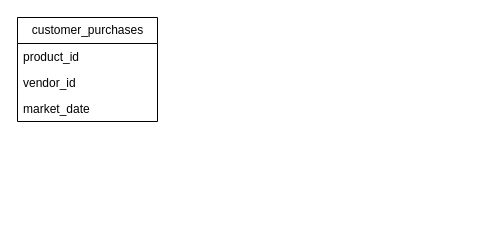
This is Untitled Diagram.drawio from Sdong23/sql, a draw.io file, before an edit. Source tidied: cells renumbered, new cells numbered last; positions are measured from the earlier drawing's top-left corner, leaving out a move shared by most shapes. Both pictures are drawn from the tidied source at 100%, with x=0, y=0 at pixel (17, 17).
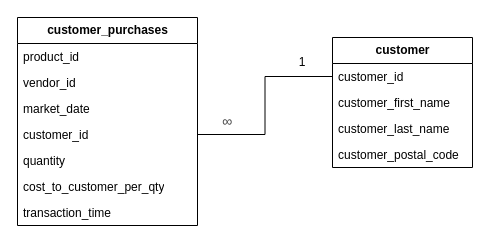
The same diagram, later.

Commit message:
make two lists and logical diagram

The edit, as a diff of the source:
```diff
@@
 <mxGraphModel>
   <root>
     <mxCell id="0" />
     <mxCell id="1" parent="0" />
-    <mxCell id="2" value="customer_purchases" style="swimlane;fontStyle=0;horizontal=1;startSize=26;fillColor=none;html=1;" parent="1" vertex="1">
-      <mxGeometry width="140" height="104" as="geometry" />
+    <mxCell id="2" value="&lt;b&gt;customer_purchases&lt;/b&gt;" style="swimlane;fontStyle=0;horizontal=1;startSize=26;fillColor=none;html=1;" parent="1" vertex="1">
+      <mxGeometry width="180" height="208" as="geometry" />
     </mxCell>
     <mxCell id="3" value="product_id" style="text;strokeColor=none;fillColor=none;align=left;verticalAlign=top;spacingLeft=4;spacingRight=4;overflow=hidden;whiteSpace=wrap;html=1;" parent="2" vertex="1">
-      <mxGeometry y="26" width="140" height="26" as="geometry" />
+      <mxGeometry y="26" width="180" height="26" as="geometry" />
     </mxCell>
     <mxCell id="4" value="vendor_id" style="text;strokeColor=none;fillColor=none;align=left;verticalAlign=top;spacingLeft=4;spacingRight=4;overflow=hidden;whiteSpace=wrap;html=1;" parent="2" vertex="1">
-      <mxGeometry y="52" width="140" height="26" as="geometry" />
+      <mxGeometry y="52" width="180" height="26" as="geometry" />
     </mxCell>
     <mxCell id="5" value="market_date" style="text;strokeColor=none;fillColor=none;align=left;verticalAlign=top;spacingLeft=4;spacingRight=4;overflow=hidden;whiteSpace=wrap;html=1;" parent="2" vertex="1">
-      <mxGeometry y="78" width="140" height="26" as="geometry" />
+      <mxGeometry y="78" width="180" height="26" as="geometry" />
     </mxCell>
+    <mxCell id="6" value="customer_id" style="text;strokeColor=none;fillColor=none;align=left;verticalAlign=top;spacingLeft=4;spacingRight=4;overflow=hidden;points=[[0,0.5],[1,0.5]];portConstraint=eastwest;whiteSpace=wrap;html=1;" parent="2" vertex="1">
+      <mxGeometry y="104" width="180" height="26" as="geometry" />
+    </mxCell>
+    <mxCell id="7" value="quantity&lt;table&gt;&lt;tbody&gt;&lt;tr&gt;&lt;td&gt;&lt;br&gt;&lt;/td&gt;&lt;td&gt;&lt;br&gt;&lt;/td&gt;&lt;td&gt;&lt;br&gt;&lt;/td&gt;&lt;td&gt;&lt;br&gt;&lt;/td&gt;&lt;td&gt;&lt;br&gt;&lt;/td&gt;&lt;td&gt;&lt;br&gt;&lt;/td&gt;&lt;td&gt;&lt;br&gt;&lt;/td&gt;&lt;td&gt;&lt;br&gt;&lt;/td&gt;&lt;td&gt;&lt;br&gt;&lt;/td&gt;&lt;td&gt;&lt;br&gt;&lt;/td&gt;&lt;td&gt;&lt;br&gt;&lt;/td&gt;&lt;/tr&gt;&lt;tr&gt;&lt;td&gt;&lt;br&gt;&lt;/td&gt;&lt;td&gt;&lt;br&gt;&lt;/td&gt;&lt;td&gt;&lt;br&gt;&lt;/td&gt;&lt;td&gt;&lt;br&gt;&lt;/td&gt;&lt;td&gt;&lt;br&gt;&lt;/td&gt;&lt;td&gt;&lt;br&gt;&lt;/td&gt;&lt;td&gt;&lt;br&gt;&lt;/td&gt;&lt;td&gt;&lt;br&gt;&lt;/td&gt;&lt;td&gt;&lt;br&gt;&lt;/td&gt;&lt;td&gt;&lt;br&gt;&lt;/td&gt;&lt;td&gt;&lt;br&gt;&lt;/td&gt;&lt;/tr&gt;&lt;tr&gt;&lt;td&gt;&lt;br&gt;&lt;/td&gt;&lt;td&gt;&lt;br&gt;&lt;/td&gt;&lt;td&gt;&lt;br&gt;&lt;/td&gt;&lt;td&gt;&lt;br&gt;&lt;/td&gt;&lt;td&gt;&lt;br&gt;&lt;/td&gt;&lt;td&gt;&lt;br&gt;&lt;/td&gt;&lt;td&gt;&lt;br&gt;&lt;/td&gt;&lt;td&gt;&lt;br&gt;&lt;/td&gt;&lt;td&gt;&lt;br&gt;&lt;/td&gt;&lt;td&gt;&lt;br&gt;&lt;/td&gt;&lt;td&gt;&lt;br&gt;&lt;/td&gt;&lt;/tr&gt;&lt;tr&gt;&lt;td&gt;&lt;br&gt;&lt;/td&gt;&lt;td&gt;&lt;br&gt;&lt;/td&gt;&lt;td&gt;&lt;br&gt;&lt;/td&gt;&lt;td&gt;&lt;br&gt;&lt;/td&gt;&lt;td&gt;&lt;br&gt;&lt;/td&gt;&lt;td&gt;&lt;br&gt;&lt;/td&gt;&lt;td&gt;&lt;br&gt;&lt;/td&gt;&lt;td&gt;&lt;br&gt;&lt;/td&gt;&lt;td&gt;&lt;br&gt;&lt;/td&gt;&lt;td&gt;&lt;br&gt;&lt;/td&gt;&lt;td&gt;&lt;br&gt;&lt;/td&gt;&lt;/tr&gt;&lt;/tbody&gt;&lt;/table&gt;" style="text;strokeColor=none;fillColor=none;align=left;verticalAlign=top;spacingLeft=4;spacingRight=4;overflow=hidden;whiteSpace=wrap;html=1;" parent="2" vertex="1">
+      <mxGeometry y="130" width="180" height="26" as="geometry" />
+    </mxCell>
+    <mxCell id="8" value="cost_to_customer_per_qty&lt;div&gt;&lt;br&gt;&lt;/div&gt;" style="text;strokeColor=none;fillColor=none;align=left;verticalAlign=top;spacingLeft=4;spacingRight=4;overflow=hidden;whiteSpace=wrap;html=1;" parent="2" vertex="1">
+      <mxGeometry y="156" width="180" height="26" as="geometry" />
+    </mxCell>
+    <mxCell id="9" value="transaction_time" style="text;strokeColor=none;fillColor=none;align=left;verticalAlign=top;spacingLeft=4;spacingRight=4;overflow=hidden;whiteSpace=wrap;html=1;" parent="2" vertex="1">
+      <mxGeometry y="182" width="180" height="26" as="geometry" />
+    </mxCell>
+    <mxCell id="10" value="&lt;b&gt;customer&lt;/b&gt;" style="swimlane;fontStyle=0;horizontal=1;startSize=26;fillColor=none;html=1;" parent="1" vertex="1">
+      <mxGeometry x="315" y="20" width="140" height="130" as="geometry" />
+    </mxCell>
+    <mxCell id="11" value="customer_id" style="text;strokeColor=none;fillColor=none;align=left;verticalAlign=top;spacingLeft=4;spacingRight=4;overflow=hidden;points=[[0,0.5],[1,0.5]];portConstraint=eastwest;whiteSpace=wrap;html=1;" parent="10" vertex="1">
+      <mxGeometry y="26" width="140" height="26" as="geometry" />
+    </mxCell>
+    <mxCell id="12" value="customer_first_name" style="text;strokeColor=none;fillColor=none;align=left;verticalAlign=top;spacingLeft=4;spacingRight=4;overflow=hidden;whiteSpace=wrap;html=1;" parent="10" vertex="1">
+      <mxGeometry y="52" width="140" height="26" as="geometry" />
+    </mxCell>
+    <mxCell id="13" value="customer_last_name" style="text;strokeColor=none;fillColor=none;align=left;verticalAlign=top;spacingLeft=4;spacingRight=4;overflow=hidden;whiteSpace=wrap;html=1;" parent="10" vertex="1">
+      <mxGeometry y="78" width="140" height="26" as="geometry" />
+    </mxCell>
+    <mxCell id="14" value="customer_postal_code" style="text;strokeColor=none;fillColor=none;align=left;verticalAlign=top;spacingLeft=4;spacingRight=4;overflow=hidden;whiteSpace=wrap;html=1;" parent="10" vertex="1">
+      <mxGeometry y="104" width="140" height="26" as="geometry" />
+    </mxCell>
+    <mxCell id="15" style="edgeStyle=orthogonalEdgeStyle;rounded=0;jettySize=auto;html=1;exitX=1;exitY=0.5;exitDx=0;exitDy=0;entryX=0;entryY=0.5;entryDx=0;entryDy=0;endArrow=none;startFill=0;" parent="1" edge="1" source="6" target="11">
+      <mxGeometry relative="1" as="geometry" />
+    </mxCell>
+    <mxCell id="16" value="1" style="text;strokeColor=none;align=center;fillColor=none;html=1;verticalAlign=middle;whiteSpace=wrap;rounded=0;" parent="1" vertex="1">
+      <mxGeometry x="255" y="30" width="60" height="30" as="geometry" />
+    </mxCell>
+    <mxCell id="17" value="&lt;span style=&quot;color: rgb(71, 71, 71); font-family: Arial, sans-serif; font-size: 14px; text-align: left; background-color: rgb(255, 255, 255);&quot;&gt;∞&lt;/span&gt;" style="text;strokeColor=none;align=center;fillColor=none;html=1;verticalAlign=middle;whiteSpace=wrap;rounded=0;" parent="1" vertex="1">
+      <mxGeometry x="180" y="89" width="60" height="30" as="geometry" />
+    </mxCell>
   </root>
 </mxGraphModel>
```
